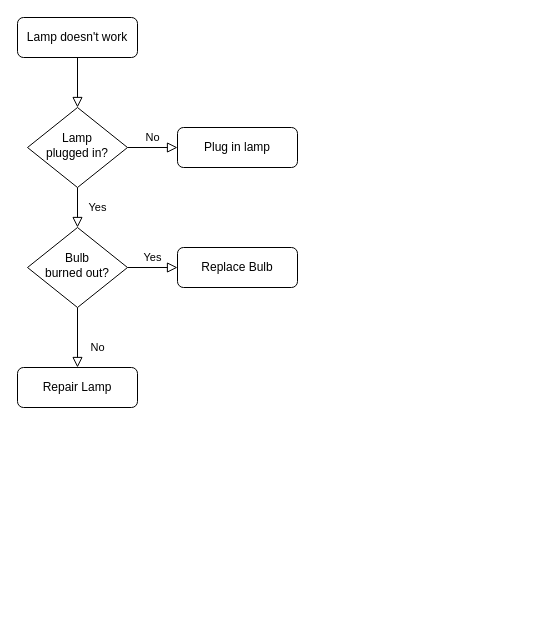
This is Untitled Diagram.drawio from oxhelili/MobilYacht, a draw.io file, before an edit. Source tidied: cells renumbered, new cells numbered last; positions are measured from the earlier drawing's top-left corner, leaving out a move shared by most shapes. Both pictures are drawn from the tidied source at 100%, with x=0, y=0 at pixel (17, 17).
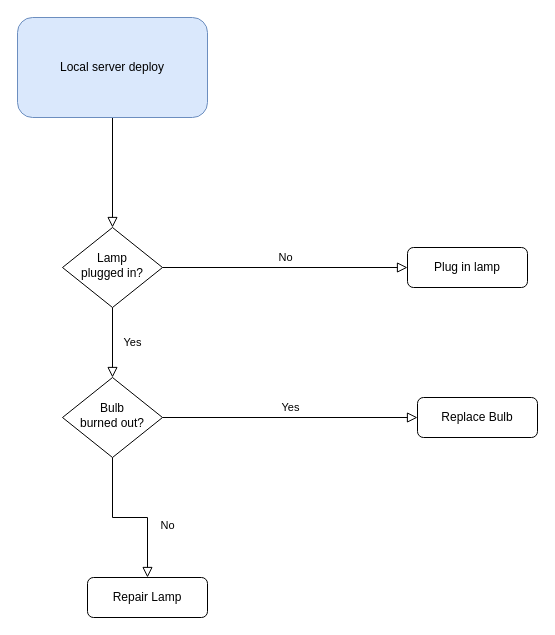
The same page after the edit.

Commit message:
Printer Access schema.drawio

The edit, as a diff of the source:
```diff
@@
 <mxGraphModel>
   <root>
     <mxCell id="0" />
     <mxCell id="1" parent="0" />
     <mxCell id="2" style="rounded=0;html=1;jettySize=auto;fontSize=11;endArrow=block;endFill=0;endSize=8;strokeWidth=1;shadow=0;labelBackgroundColor=none;edgeStyle=orthogonalEdgeStyle;" parent="1" edge="1" source="3" target="6">
       <mxGeometry relative="1" as="geometry" />
     </mxCell>
-    <mxCell id="3" value="Lamp doesn't work" style="rounded=1;whiteSpace=wrap;html=1;fontSize=12;glass=0;strokeWidth=1;shadow=0;" parent="1" vertex="1">
-      <mxGeometry width="120" height="40" as="geometry" />
+    <mxCell id="3" value="Local server deploy" style="rounded=1;whiteSpace=wrap;html=1;fontSize=12;glass=0;strokeWidth=1;shadow=0;fillColor=#dae8fc;strokeColor=#6c8ebf;" parent="1" vertex="1">
+      <mxGeometry width="190" height="100" as="geometry" />
     </mxCell>
     <mxCell id="4" value="Yes" style="rounded=0;html=1;jettySize=auto;fontSize=11;endArrow=block;endFill=0;endSize=8;strokeWidth=1;shadow=0;labelBackgroundColor=none;edgeStyle=orthogonalEdgeStyle;" parent="1" edge="1" source="6" target="10">
       <mxGeometry y="20" relative="1" as="geometry" />
     </mxCell>
     <mxCell id="5" value="No" style="edgeStyle=orthogonalEdgeStyle;rounded=0;html=1;jettySize=auto;fontSize=11;endArrow=block;endFill=0;endSize=8;strokeWidth=1;shadow=0;labelBackgroundColor=none;" parent="1" edge="1" source="6" target="7">
       <mxGeometry y="10" relative="1" as="geometry" />
     </mxCell>
     <mxCell id="6" value="Lamp&lt;br&gt;plugged in?" style="rhombus;whiteSpace=wrap;html=1;shadow=0;fontFamily=Helvetica;fontSize=12;align=center;strokeWidth=1;spacing=6;spacingTop=-4;" parent="1" vertex="1">
-      <mxGeometry x="10" y="90" width="100" height="80" as="geometry" />
+      <mxGeometry x="45" y="210" width="100" height="80" as="geometry" />
     </mxCell>
     <mxCell id="7" value="Plug in lamp" style="rounded=1;whiteSpace=wrap;html=1;fontSize=12;glass=0;strokeWidth=1;shadow=0;" parent="1" vertex="1">
-      <mxGeometry x="160" y="110" width="120" height="40" as="geometry" />
+      <mxGeometry x="390" y="230" width="120" height="40" as="geometry" />
     </mxCell>
     <mxCell id="8" value="No" style="rounded=0;html=1;jettySize=auto;fontSize=11;endArrow=block;endFill=0;endSize=8;strokeWidth=1;shadow=0;labelBackgroundColor=none;edgeStyle=orthogonalEdgeStyle;" parent="1" edge="1" source="10" target="11">
       <mxGeometry x="0.33" y="20" relative="1" as="geometry" />
     </mxCell>
     <mxCell id="9" value="Yes" style="edgeStyle=orthogonalEdgeStyle;rounded=0;html=1;jettySize=auto;fontSize=11;endArrow=block;endFill=0;endSize=8;strokeWidth=1;shadow=0;labelBackgroundColor=none;" parent="1" edge="1" source="10" target="12">
       <mxGeometry y="10" relative="1" as="geometry" />
     </mxCell>
     <mxCell id="10" value="Bulb&lt;br&gt;burned out?" style="rhombus;whiteSpace=wrap;html=1;shadow=0;fontFamily=Helvetica;fontSize=12;align=center;strokeWidth=1;spacing=6;spacingTop=-4;" parent="1" vertex="1">
-      <mxGeometry x="10" y="210" width="100" height="80" as="geometry" />
+      <mxGeometry x="45" y="360" width="100" height="80" as="geometry" />
     </mxCell>
     <mxCell id="11" value="Repair Lamp" style="rounded=1;whiteSpace=wrap;html=1;fontSize=12;glass=0;strokeWidth=1;shadow=0;" parent="1" vertex="1">
-      <mxGeometry y="350" width="120" height="40" as="geometry" />
+      <mxGeometry x="70" y="560" width="120" height="40" as="geometry" />
     </mxCell>
     <mxCell id="12" value="Replace Bulb" style="rounded=1;whiteSpace=wrap;html=1;fontSize=12;glass=0;strokeWidth=1;shadow=0;" parent="1" vertex="1">
-      <mxGeometry x="160" y="230" width="120" height="40" as="geometry" />
+      <mxGeometry x="400" y="380" width="120" height="40" as="geometry" />
     </mxCell>
   </root>
 </mxGraphModel>
```
